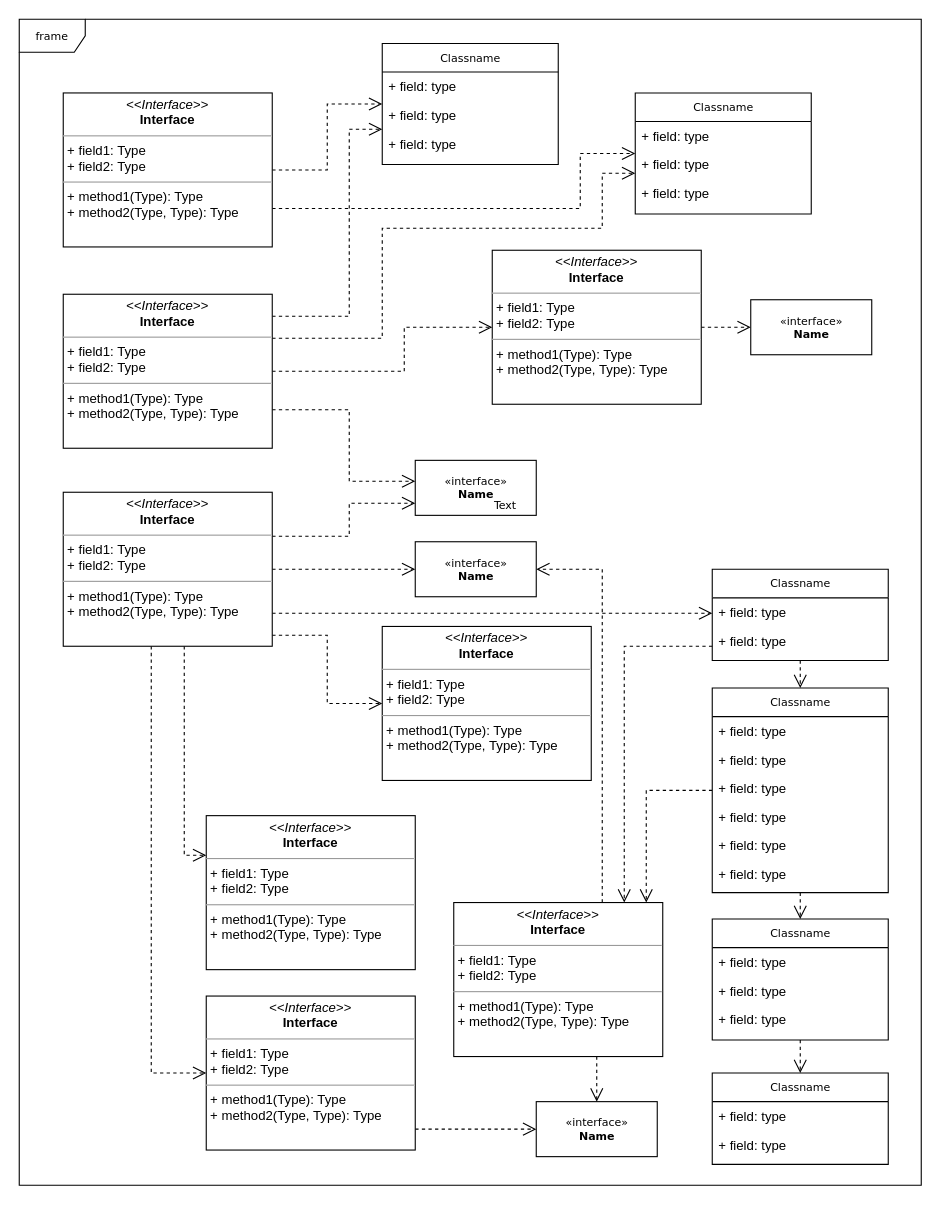
This is Untitled Diagram.drawio from z20s11q/drawio, a draw.io file, before an edit. Source tidied: cells renumbered, new cells numbered last; positions are measured from the earlier drawing's top-left corner, leaving out a move shared by most shapes. Both pictures are drawn from the tidied source at 110%, with x=0, y=0 at pixel (19, 19).
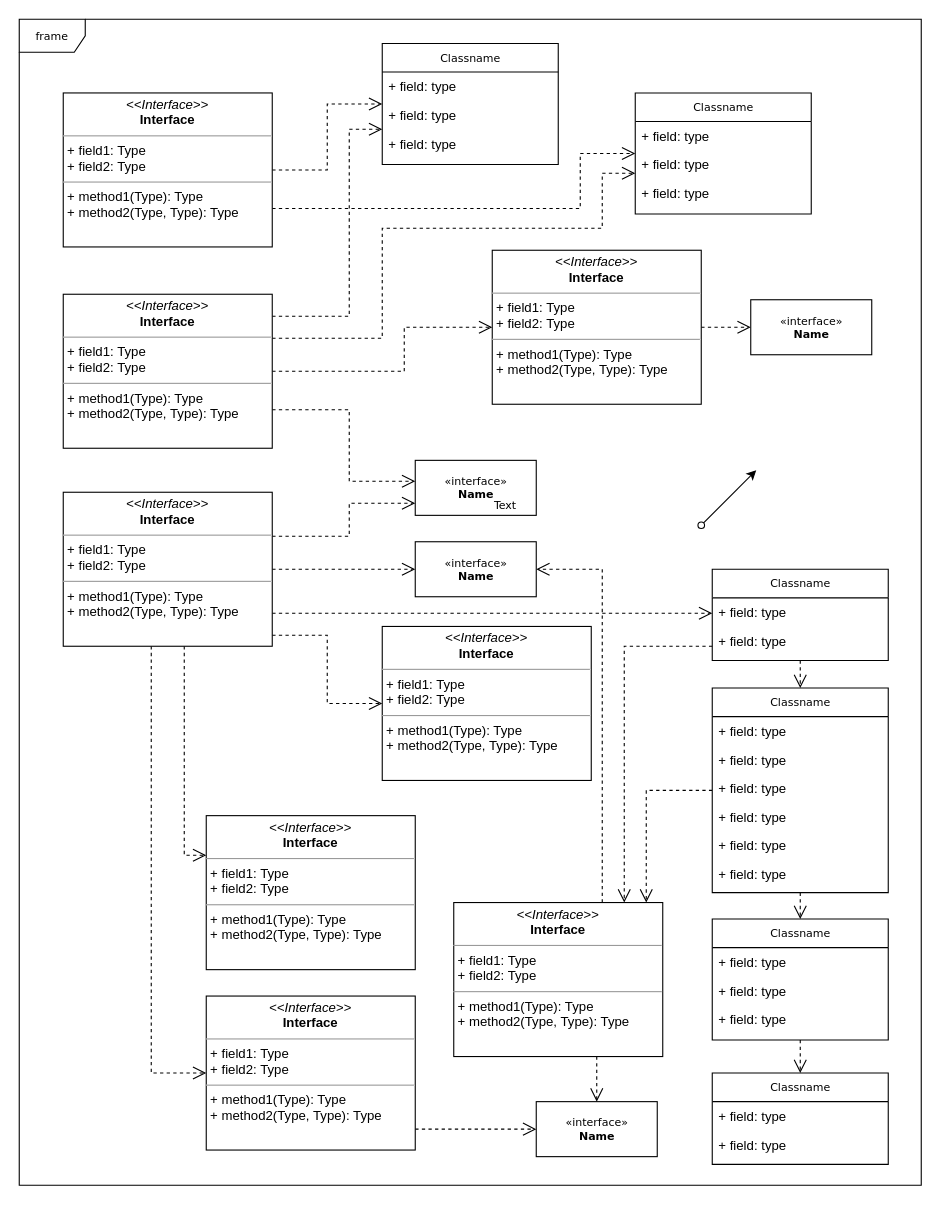
The same diagram, later.

What changed in the source:
```diff
@@
+    <mxCell id="62" style="endArrow=classic;html=1;rounded=0;jumpStyle=none;startArrow=oval;startFill=0;" parent="1" edge="1">
+      <mxGeometry relative="1" as="geometry">
+        <mxPoint x="620" y="460" as="sourcePoint" />
+        <mxPoint x="670" y="410" as="targetPoint" />
+      </mxGeometry>
+    </mxCell>
```
